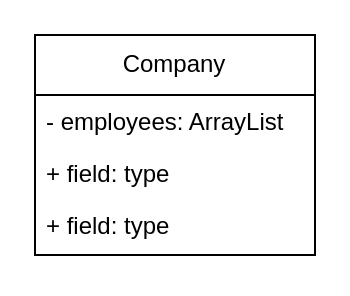
The draw.io diagram src/company/company.drawio in Mavo39/OOP-Learning, before the edit. Source tidied: cells renumbered, new cells numbered last; positions are measured from the earlier drawing's top-left corner, leaving out a move shared by most shapes. Both pictures are drawn from the tidied source at 200%, with x=0, y=0 at pixel (34, 34).
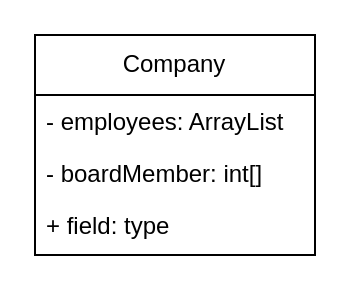
After the change.

The edit, as a diff of the source:
```diff
@@
 <mxGraphModel>
   <root>
     <mxCell id="0" />
     <mxCell id="1" parent="0" />
     <mxCell id="2" value="Company" style="swimlane;fontStyle=0;horizontal=1;startSize=30;fillColor=none;whiteSpace=wrap;html=1;" parent="1" vertex="1">
       <mxGeometry width="140" height="110" as="geometry" />
     </mxCell>
     <mxCell id="3" value="- employees: ArrayList" style="text;strokeColor=none;fillColor=none;align=left;verticalAlign=top;spacingLeft=4;spacingRight=4;overflow=hidden;whiteSpace=wrap;html=1;" parent="2" vertex="1">
       <mxGeometry y="30" width="140" height="26" as="geometry" />
     </mxCell>
-    <mxCell id="4" value="+ field: type" style="text;strokeColor=none;fillColor=none;align=left;verticalAlign=top;spacingLeft=4;spacingRight=4;overflow=hidden;whiteSpace=wrap;html=1;" parent="2" vertex="1">
+    <mxCell id="4" value="- boardMember: int[]" style="text;strokeColor=none;fillColor=none;align=left;verticalAlign=top;spacingLeft=4;spacingRight=4;overflow=hidden;whiteSpace=wrap;html=1;" parent="2" vertex="1">
       <mxGeometry y="56" width="140" height="26" as="geometry" />
     </mxCell>
     <mxCell id="5" value="+ field: type" style="text;strokeColor=none;fillColor=none;align=left;verticalAlign=top;spacingLeft=4;spacingRight=4;overflow=hidden;whiteSpace=wrap;html=1;" parent="2" vertex="1">
       <mxGeometry y="82" width="140" height="28" as="geometry" />
     </mxCell>
   </root>
 </mxGraphModel>
```
